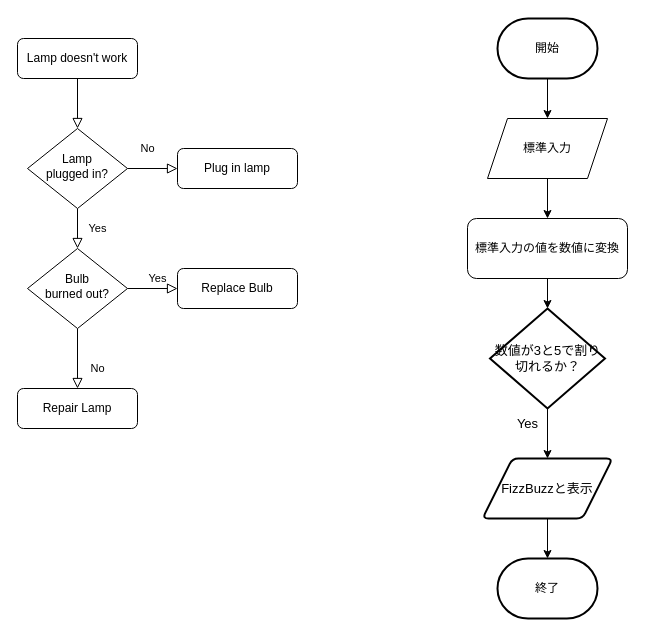
This is chart/名称未設定ファイル.drawio from emblem333/flowchart, a draw.io file, before an edit. Source tidied: cells renumbered, new cells numbered last; positions are measured from the earlier drawing's top-left corner, leaving out a move shared by most shapes. Both pictures are drawn from the tidied source at 100%, with x=0, y=0 at pixel (17, 18).
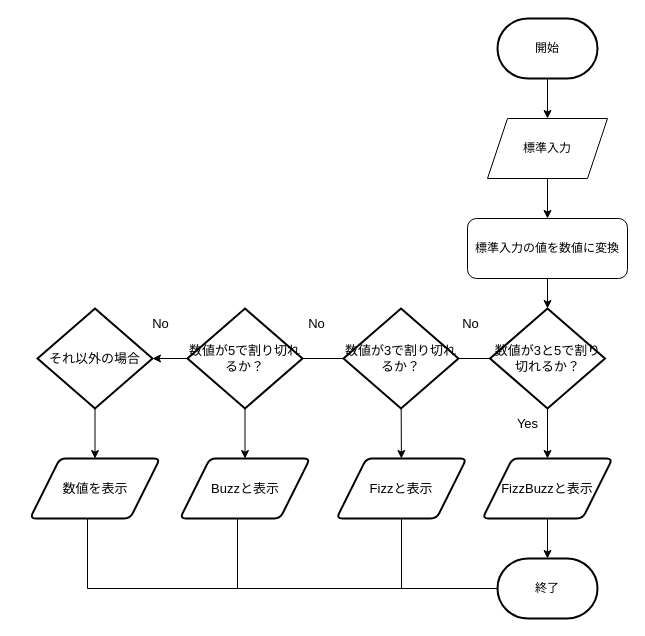
Above is the later version.

Commit message (it also covers changes not shown here):
名称未設定ファイル.drawio を更新します

Unchanged cells that the change refers to:
```xml
<mxCell id="21" value="&lt;font style=&quot;font-size: 13px;&quot;&gt;数値が3と5で割り切れるか？&lt;/font&gt;" style="strokeWidth=2;html=1;shape=mxgraph.flowchart.decision;whiteSpace=wrap;" parent="1" vertex="1">
  <mxGeometry x="472.5" y="290" width="115" height="100" as="geometry" />
</mxCell>
<mxCell id="25" value="終了" style="strokeWidth=2;html=1;shape=mxgraph.flowchart.terminator;whiteSpace=wrap;" parent="1" vertex="1">
  <mxGeometry x="480" y="540" width="100" height="60" as="geometry" />
</mxCell>
```

The edit, as a diff of the source:
```diff
@@
-    <mxCell id="2" style="rounded=0;html=1;jettySize=auto;fontSize=11;endArrow=block;endFill=0;endSize=8;strokeWidth=1;shadow=0;labelBackgroundColor=none;edgeStyle=orthogonalEdgeStyle;" parent="1" edge="1" source="3" target="6">
-      <mxGeometry relative="1" as="geometry" />
-    </mxCell>
-    <mxCell id="3" value="Lamp doesn't work" style="rounded=1;whiteSpace=wrap;html=1;fontSize=12;glass=0;strokeWidth=1;shadow=0;" parent="1" vertex="1">
-      <mxGeometry y="20" width="120" height="40" as="geometry" />
-    </mxCell>
-    <mxCell id="4" value="Yes" style="rounded=0;html=1;jettySize=auto;fontSize=11;endArrow=block;endFill=0;endSize=8;strokeWidth=1;shadow=0;labelBackgroundColor=none;edgeStyle=orthogonalEdgeStyle;" parent="1" edge="1" source="6" target="10">
-      <mxGeometry y="20" relative="1" as="geometry" />
-    </mxCell>
-    <mxCell id="5" value="No" style="edgeStyle=orthogonalEdgeStyle;rounded=0;html=1;jettySize=auto;fontSize=11;endArrow=block;endFill=0;endSize=8;strokeWidth=1;shadow=0;labelBackgroundColor=none;" parent="1" edge="1" source="6" target="7">
-      <mxGeometry x="-0.2" y="20" relative="1" as="geometry" />
-    </mxCell>
-    <mxCell id="6" value="Lamp&lt;br&gt;plugged in?" style="rhombus;whiteSpace=wrap;html=1;shadow=0;fontFamily=Helvetica;fontSize=12;align=center;strokeWidth=1;spacing=6;spacingTop=-4;" parent="1" vertex="1">
-      <mxGeometry x="10" y="110" width="100" height="80" as="geometry" />
-    </mxCell>
-    <mxCell id="7" value="Plug in lamp" style="rounded=1;whiteSpace=wrap;html=1;fontSize=12;glass=0;strokeWidth=1;shadow=0;" parent="1" vertex="1">
-      <mxGeometry x="160" y="130" width="120" height="40" as="geometry" />
-    </mxCell>
-    <mxCell id="8" value="No" style="rounded=0;html=1;jettySize=auto;fontSize=11;endArrow=block;endFill=0;endSize=8;strokeWidth=1;shadow=0;labelBackgroundColor=none;edgeStyle=orthogonalEdgeStyle;" parent="1" edge="1" source="10" target="11">
-      <mxGeometry x="0.33" y="20" relative="1" as="geometry" />
-    </mxCell>
-    <mxCell id="9" value="Yes" style="edgeStyle=orthogonalEdgeStyle;rounded=0;html=1;jettySize=auto;fontSize=11;endArrow=block;endFill=0;endSize=8;strokeWidth=1;shadow=0;labelBackgroundColor=none;" parent="1" edge="1" source="10" target="12">
-      <mxGeometry x="0.2" y="10" relative="1" as="geometry" />
-    </mxCell>
-    <mxCell id="10" value="Bulb&lt;br&gt;burned out?" style="rhombus;whiteSpace=wrap;html=1;shadow=0;fontFamily=Helvetica;fontSize=12;align=center;strokeWidth=1;spacing=6;spacingTop=-4;" parent="1" vertex="1">
-      <mxGeometry x="10" y="230" width="100" height="80" as="geometry" />
-    </mxCell>
-    <mxCell id="11" value="Repair Lamp" style="rounded=1;whiteSpace=wrap;html=1;fontSize=12;glass=0;strokeWidth=1;shadow=0;" parent="1" vertex="1">
-      <mxGeometry y="370" width="120" height="40" as="geometry" />
-    </mxCell>
-    <mxCell id="12" value="Replace Bulb" style="rounded=1;whiteSpace=wrap;html=1;fontSize=12;glass=0;strokeWidth=1;shadow=0;" parent="1" vertex="1">
-      <mxGeometry x="160" y="250" width="120" height="40" as="geometry" />
-    </mxCell>
@@
+    <mxCell id="26" style="edgeStyle=none;rounded=0;jettySize=auto;html=1;exitX=0;exitY=0.5;exitDx=0;exitDy=0;exitPerimeter=0;strokeColor=default;fontSize=13;" parent="1" edge="1" source="21" target="32">
+      <mxGeometry relative="1" as="geometry" />
+    </mxCell>
@@
+    <mxCell id="27" style="edgeStyle=none;rounded=0;jettySize=auto;html=1;strokeColor=default;fontSize=13;" parent="1" edge="1" source="28" target="33">
+      <mxGeometry relative="1" as="geometry" />
+    </mxCell>
+    <mxCell id="28" value="&lt;font style=&quot;font-size: 13px;&quot;&gt;数値が3で割り切れるか？&lt;/font&gt;" style="strokeWidth=2;html=1;shape=mxgraph.flowchart.decision;whiteSpace=wrap;" parent="1" vertex="1">
+      <mxGeometry x="326" y="290" width="115" height="100" as="geometry" />
+    </mxCell>
+    <mxCell id="29" style="edgeStyle=none;rounded=0;jettySize=auto;html=1;strokeColor=default;fontSize=13;" parent="1" edge="1" source="30" target="34">
+      <mxGeometry relative="1" as="geometry" />
+    </mxCell>
+    <mxCell id="30" value="&lt;font style=&quot;font-size: 13px;&quot;&gt;数値が5で割り切れるか？&lt;/font&gt;" style="strokeWidth=2;html=1;shape=mxgraph.flowchart.decision;whiteSpace=wrap;" parent="1" vertex="1">
+      <mxGeometry x="170" y="290" width="115" height="100" as="geometry" />
+    </mxCell>
+    <mxCell id="31" style="edgeStyle=none;rounded=0;jettySize=auto;html=1;strokeColor=default;fontSize=13;" parent="1" edge="1" source="32" target="35">
+      <mxGeometry relative="1" as="geometry" />
+    </mxCell>
+    <mxCell id="32" value="&lt;span style=&quot;font-size: 13px;&quot;&gt;それ以外の場合&lt;/span&gt;" style="strokeWidth=2;html=1;shape=mxgraph.flowchart.decision;whiteSpace=wrap;" parent="1" vertex="1">
+      <mxGeometry x="20" y="290" width="115" height="100" as="geometry" />
+    </mxCell>
+    <mxCell id="33" value="Fizzと表示" style="shape=parallelogram;html=1;strokeWidth=2;perimeter=parallelogramPerimeter;whiteSpace=wrap;rounded=1;arcSize=12;size=0.23;fontSize=13;" parent="1" vertex="1">
+      <mxGeometry x="319" y="440" width="130" height="60" as="geometry" />
+    </mxCell>
+    <mxCell id="34" value="Buzzと表示" style="shape=parallelogram;html=1;strokeWidth=2;perimeter=parallelogramPerimeter;whiteSpace=wrap;rounded=1;arcSize=12;size=0.23;fontSize=13;" parent="1" vertex="1">
+      <mxGeometry x="162.5" y="440" width="130" height="60" as="geometry" />
+    </mxCell>
+    <mxCell id="35" value="数値を表示" style="shape=parallelogram;html=1;strokeWidth=2;perimeter=parallelogramPerimeter;whiteSpace=wrap;rounded=1;arcSize=12;size=0.23;fontSize=13;" parent="1" vertex="1">
+      <mxGeometry x="12.5" y="440" width="130" height="60" as="geometry" />
+    </mxCell>
+    <mxCell id="36" style="endArrow=none;html=1;rounded=0;strokeColor=default;fontSize=13;exitX=0;exitY=0.5;exitDx=0;exitDy=0;exitPerimeter=0;" parent="1" edge="1" source="25">
+      <mxGeometry relative="1" as="geometry">
+        <mxPoint x="70" y="500" as="targetPoint" />
+        <Array as="points">
+          <mxPoint x="70" y="570" />
+        </Array>
+      </mxGeometry>
+    </mxCell>
+    <mxCell id="37" style="endArrow=none;html=1;rounded=0;strokeColor=default;fontSize=13;" parent="1" edge="1">
+      <mxGeometry relative="1" as="geometry">
+        <mxPoint x="220" y="570" as="sourcePoint" />
+        <mxPoint x="220" y="500" as="targetPoint" />
+      </mxGeometry>
+    </mxCell>
+    <mxCell id="38" style="endArrow=none;html=1;rounded=0;strokeColor=default;fontSize=13;entryX=0.5;entryY=1;entryDx=0;entryDy=0;" parent="1" edge="1" target="33">
+      <mxGeometry relative="1" as="geometry">
+        <mxPoint x="384" y="570" as="sourcePoint" />
+      </mxGeometry>
+    </mxCell>
+    <mxCell id="39" value="No" style="text;html=1;align=center;verticalAlign=middle;strokeColor=none;fillColor=none;fontSize=13;" parent="1" vertex="1">
+      <mxGeometry x="432.5" y="290" width="40" height="30" as="geometry" />
+    </mxCell>
+    <mxCell id="40" value="No" style="text;html=1;align=center;verticalAlign=middle;strokeColor=none;fillColor=none;fontSize=13;" parent="1" vertex="1">
+      <mxGeometry x="279" y="290" width="40" height="30" as="geometry" />
+    </mxCell>
+    <mxCell id="41" value="No" style="text;html=1;align=center;verticalAlign=middle;strokeColor=none;fillColor=none;fontSize=13;" parent="1" vertex="1">
+      <mxGeometry x="122.5" y="290" width="40" height="30" as="geometry" />
+    </mxCell>
```
